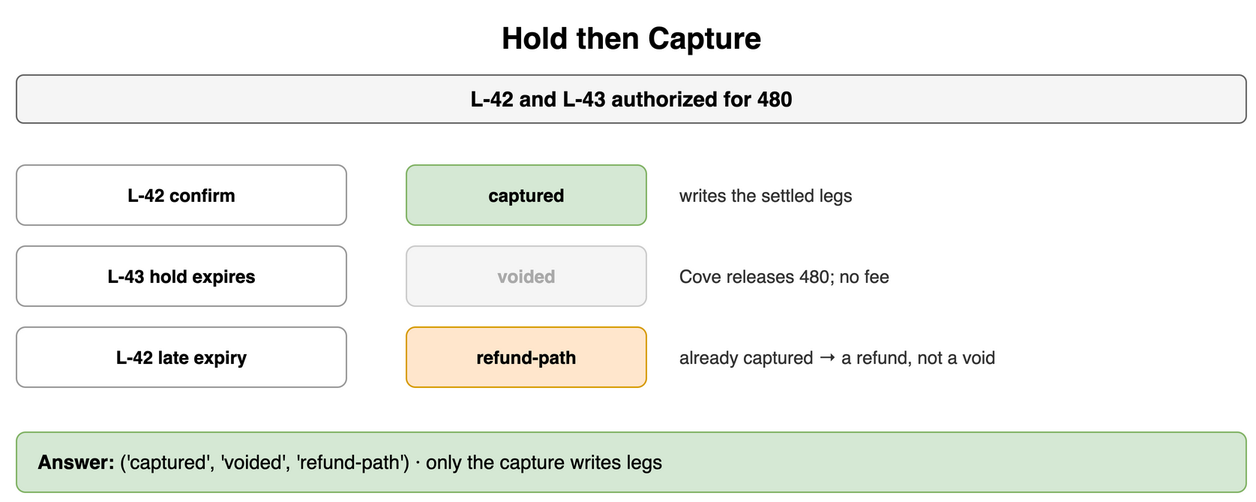
Earlier version of the draw.io export content/09_System_Design_Interview/23_Payment_and_Financial_Systems/diagrams/payments-drills-8-hold-then-capture.png (amendez13/swe-study-guide). Source tidied: cells renumbered, new cells last; positions are measured from the earlier drawing's top-left corner, leaving out a move shared by most shapes. Its diagram source:
```xml
<mxGraphModel>
  <root>
    <mxCell id="0" />
    <mxCell id="1" parent="0" />
    <mxCell id="2" value="Hold then Capture" style="text;html=1;align=center;verticalAlign=middle;whiteSpace=wrap;fontSize=20;fontStyle=1;" parent="1" vertex="1">
      <mxGeometry width="820" height="30" as="geometry" />
    </mxCell>
    <mxCell id="3" value="L-42 and L-43 authorized for 480" style="rounded=1;whiteSpace=wrap;html=1;fillColor=#f5f5f5;strokeColor=#666666;fontStyle=1;fontSize=14;" parent="1" vertex="1">
      <mxGeometry y="40" width="820" height="32" as="geometry" />
    </mxCell>
    <mxCell id="4" value="L-42 confirm" style="rounded=1;whiteSpace=wrap;html=1;fillColor=#ffffff;strokeColor=#999999;fontSize=12;align=center;fontStyle=1;" parent="1" vertex="1">
      <mxGeometry y="100" width="220" height="40" as="geometry" />
    </mxCell>
    <mxCell id="5" value="captured" style="rounded=1;whiteSpace=wrap;html=1;fillColor=#d5e8d4;strokeColor=#82b366;fontSize=12;align=center;fontStyle=1;" parent="1" vertex="1">
      <mxGeometry x="260" y="100" width="160" height="40" as="geometry" />
    </mxCell>
    <mxCell id="6" value="writes the settled legs" style="text;html=1;whiteSpace=wrap;fontSize=11;align=left;verticalAlign=middle;fontSize=12;fontColor=#333333;" parent="1" vertex="1">
      <mxGeometry x="440" y="100" width="380" height="40" as="geometry" />
    </mxCell>
    <mxCell id="7" value="L-43 hold expires" style="rounded=1;whiteSpace=wrap;html=1;fillColor=#ffffff;strokeColor=#999999;fontSize=12;align=center;fontStyle=1;" parent="1" vertex="1">
      <mxGeometry y="154" width="220" height="40" as="geometry" />
    </mxCell>
    <mxCell id="8" value="voided" style="rounded=1;whiteSpace=wrap;html=1;fillColor=#f5f5f5;strokeColor=#cccccc;fontSize=12;align=center;fontStyle=1;fontColor=#aaaaaa;" parent="1" vertex="1">
      <mxGeometry x="260" y="154" width="160" height="40" as="geometry" />
    </mxCell>
    <mxCell id="9" value="Cove releases 480; no fee" style="text;html=1;whiteSpace=wrap;fontSize=11;align=left;verticalAlign=middle;fontSize=12;fontColor=#333333;" parent="1" vertex="1">
      <mxGeometry x="440" y="154" width="380" height="40" as="geometry" />
    </mxCell>
    <mxCell id="10" value="L-42 late expiry" style="rounded=1;whiteSpace=wrap;html=1;fillColor=#ffffff;strokeColor=#999999;fontSize=12;align=center;fontStyle=1;" parent="1" vertex="1">
      <mxGeometry y="208" width="220" height="40" as="geometry" />
    </mxCell>
    <mxCell id="11" value="refund-path" style="rounded=1;whiteSpace=wrap;html=1;fillColor=#ffe6cc;strokeColor=#d79b00;fontSize=12;align=center;fontStyle=1;" parent="1" vertex="1">
      <mxGeometry x="260" y="208" width="160" height="40" as="geometry" />
    </mxCell>
    <mxCell id="12" value="already captured → a refund, not a void" style="text;html=1;whiteSpace=wrap;fontSize=11;align=left;verticalAlign=middle;fontSize=12;fontColor=#333333;" parent="1" vertex="1">
      <mxGeometry x="440" y="208" width="380" height="40" as="geometry" />
    </mxCell>
    <mxCell id="13" value="&lt;b&gt;Answer:&lt;/b&gt; ('captured', 'voided', 'refund-path') · only the capture writes legs" style="rounded=1;whiteSpace=wrap;html=1;fillColor=#d5e8d4;strokeColor=#82b366;fontSize=13;align=left;spacingLeft=12;" parent="1" vertex="1">
      <mxGeometry y="278" width="820" height="40" as="geometry" />
    </mxCell>
  </root>
</mxGraphModel>
```
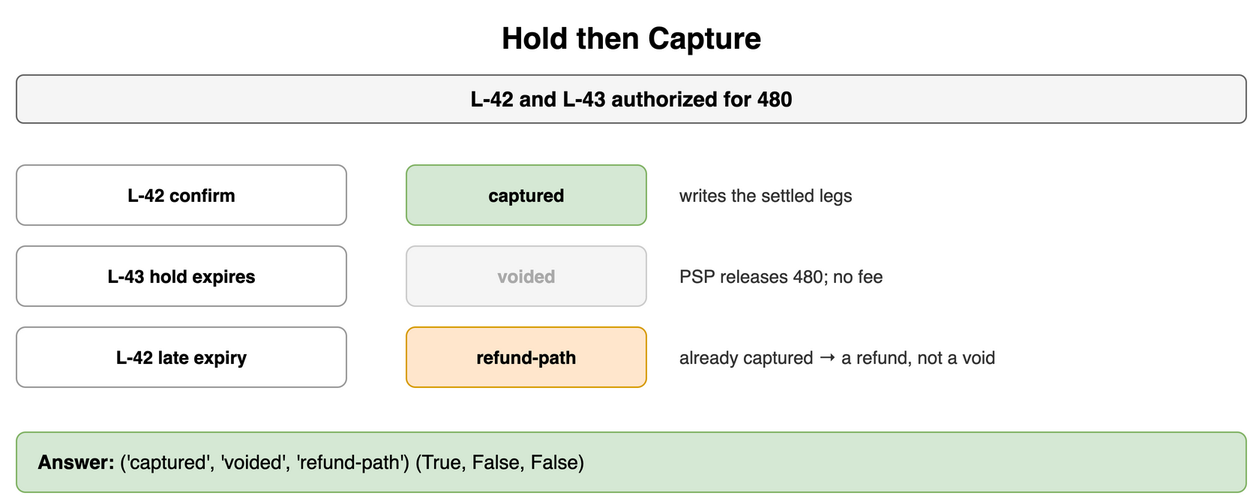
The same diagram one commit later.

Diff of the diagram source:
```diff
@@ -23,7 +23,7 @@
     <mxCell id="8" value="voided" style="rounded=1;whiteSpace=wrap;html=1;fillColor=#f5f5f5;strokeColor=#cccccc;fontSize=12;align=center;fontStyle=1;fontColor=#aaaaaa;" parent="1" vertex="1">
       <mxGeometry x="260" y="154" width="160" height="40" as="geometry" />
     </mxCell>
-    <mxCell id="9" value="Cove releases 480; no fee" style="text;html=1;whiteSpace=wrap;fontSize=11;align=left;verticalAlign=middle;fontSize=12;fontColor=#333333;" parent="1" vertex="1">
+    <mxCell id="9" value="PSP releases 480; no fee" style="text;html=1;whiteSpace=wrap;fontSize=11;align=left;verticalAlign=middle;fontSize=12;fontColor=#333333;" parent="1" vertex="1">
       <mxGeometry x="440" y="154" width="380" height="40" as="geometry" />
     </mxCell>
     <mxCell id="10" value="L-42 late expiry" style="rounded=1;whiteSpace=wrap;html=1;fillColor=#ffffff;strokeColor=#999999;fontSize=12;align=center;fontStyle=1;" parent="1" vertex="1">
@@ -35,7 +35,7 @@
     <mxCell id="12" value="already captured → a refund, not a void" style="text;html=1;whiteSpace=wrap;fontSize=11;align=left;verticalAlign=middle;fontSize=12;fontColor=#333333;" parent="1" vertex="1">
       <mxGeometry x="440" y="208" width="380" height="40" as="geometry" />
     </mxCell>
-    <mxCell id="13" value="&lt;b&gt;Answer:&lt;/b&gt; ('captured', 'voided', 'refund-path') · only the capture writes legs" style="rounded=1;whiteSpace=wrap;html=1;fillColor=#d5e8d4;strokeColor=#82b366;fontSize=13;align=left;spacingLeft=12;" parent="1" vertex="1">
+    <mxCell id="13" value="&lt;b&gt;Answer:&lt;/b&gt; ('captured', 'voided', 'refund-path') (True, False, False)" style="rounded=1;whiteSpace=wrap;html=1;fillColor=#d5e8d4;strokeColor=#82b366;fontSize=13;align=left;spacingLeft=12;" parent="1" vertex="1">
       <mxGeometry y="278" width="820" height="40" as="geometry" />
     </mxCell>
   </root>
```
